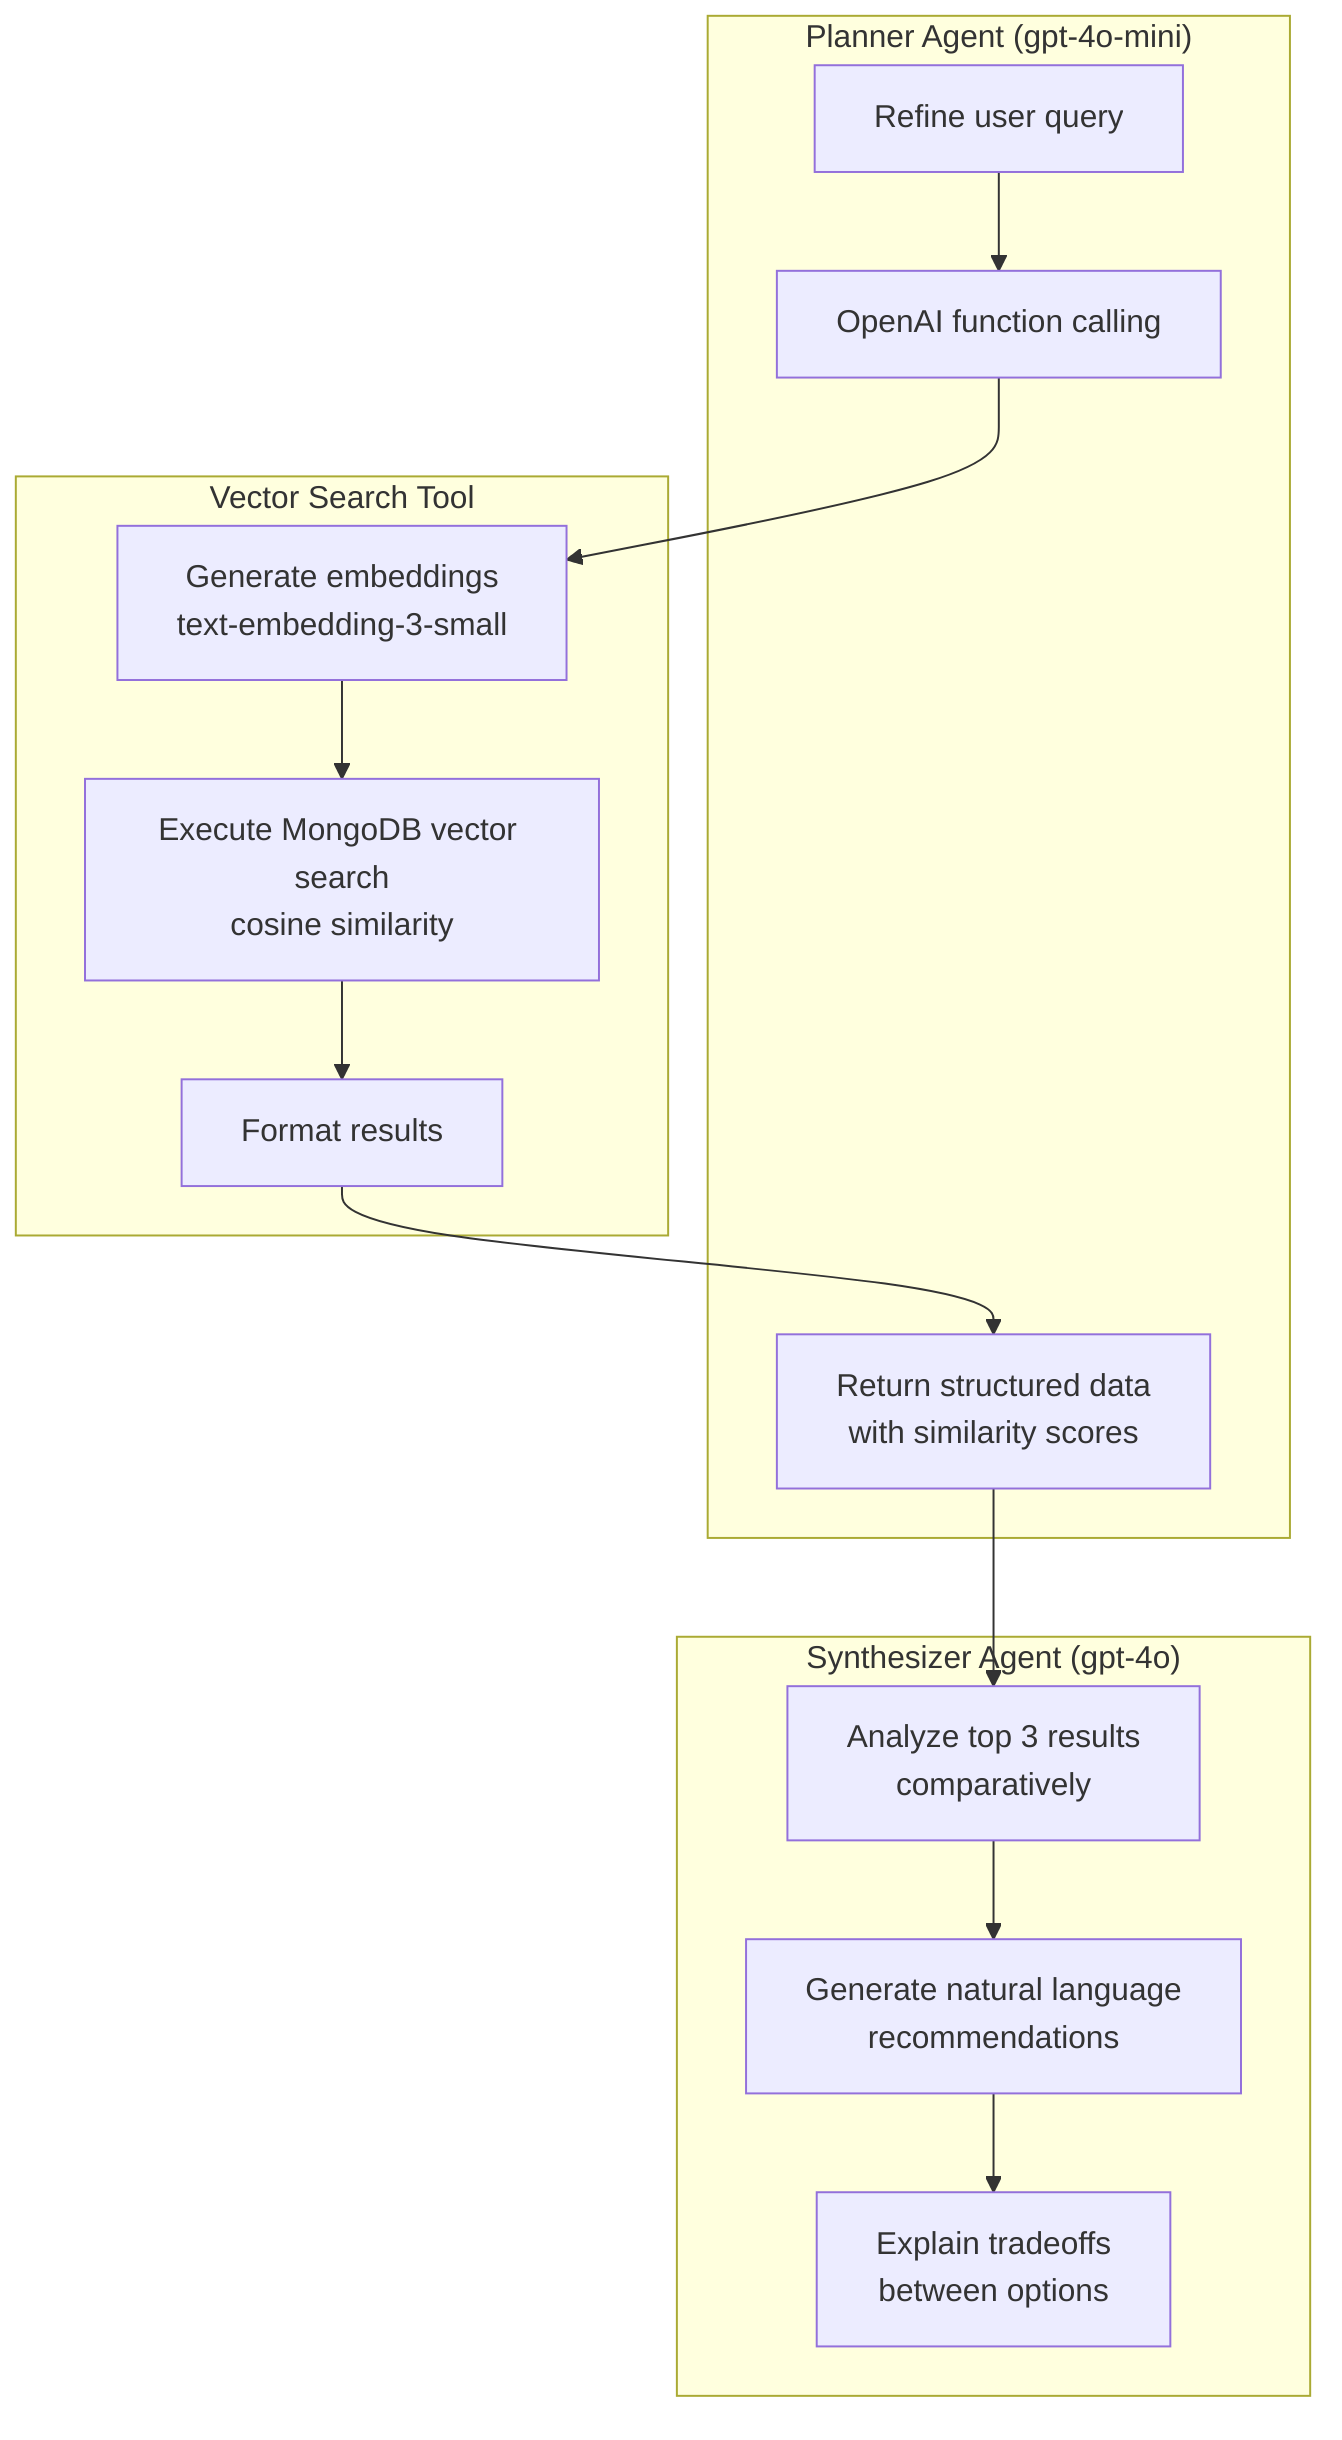
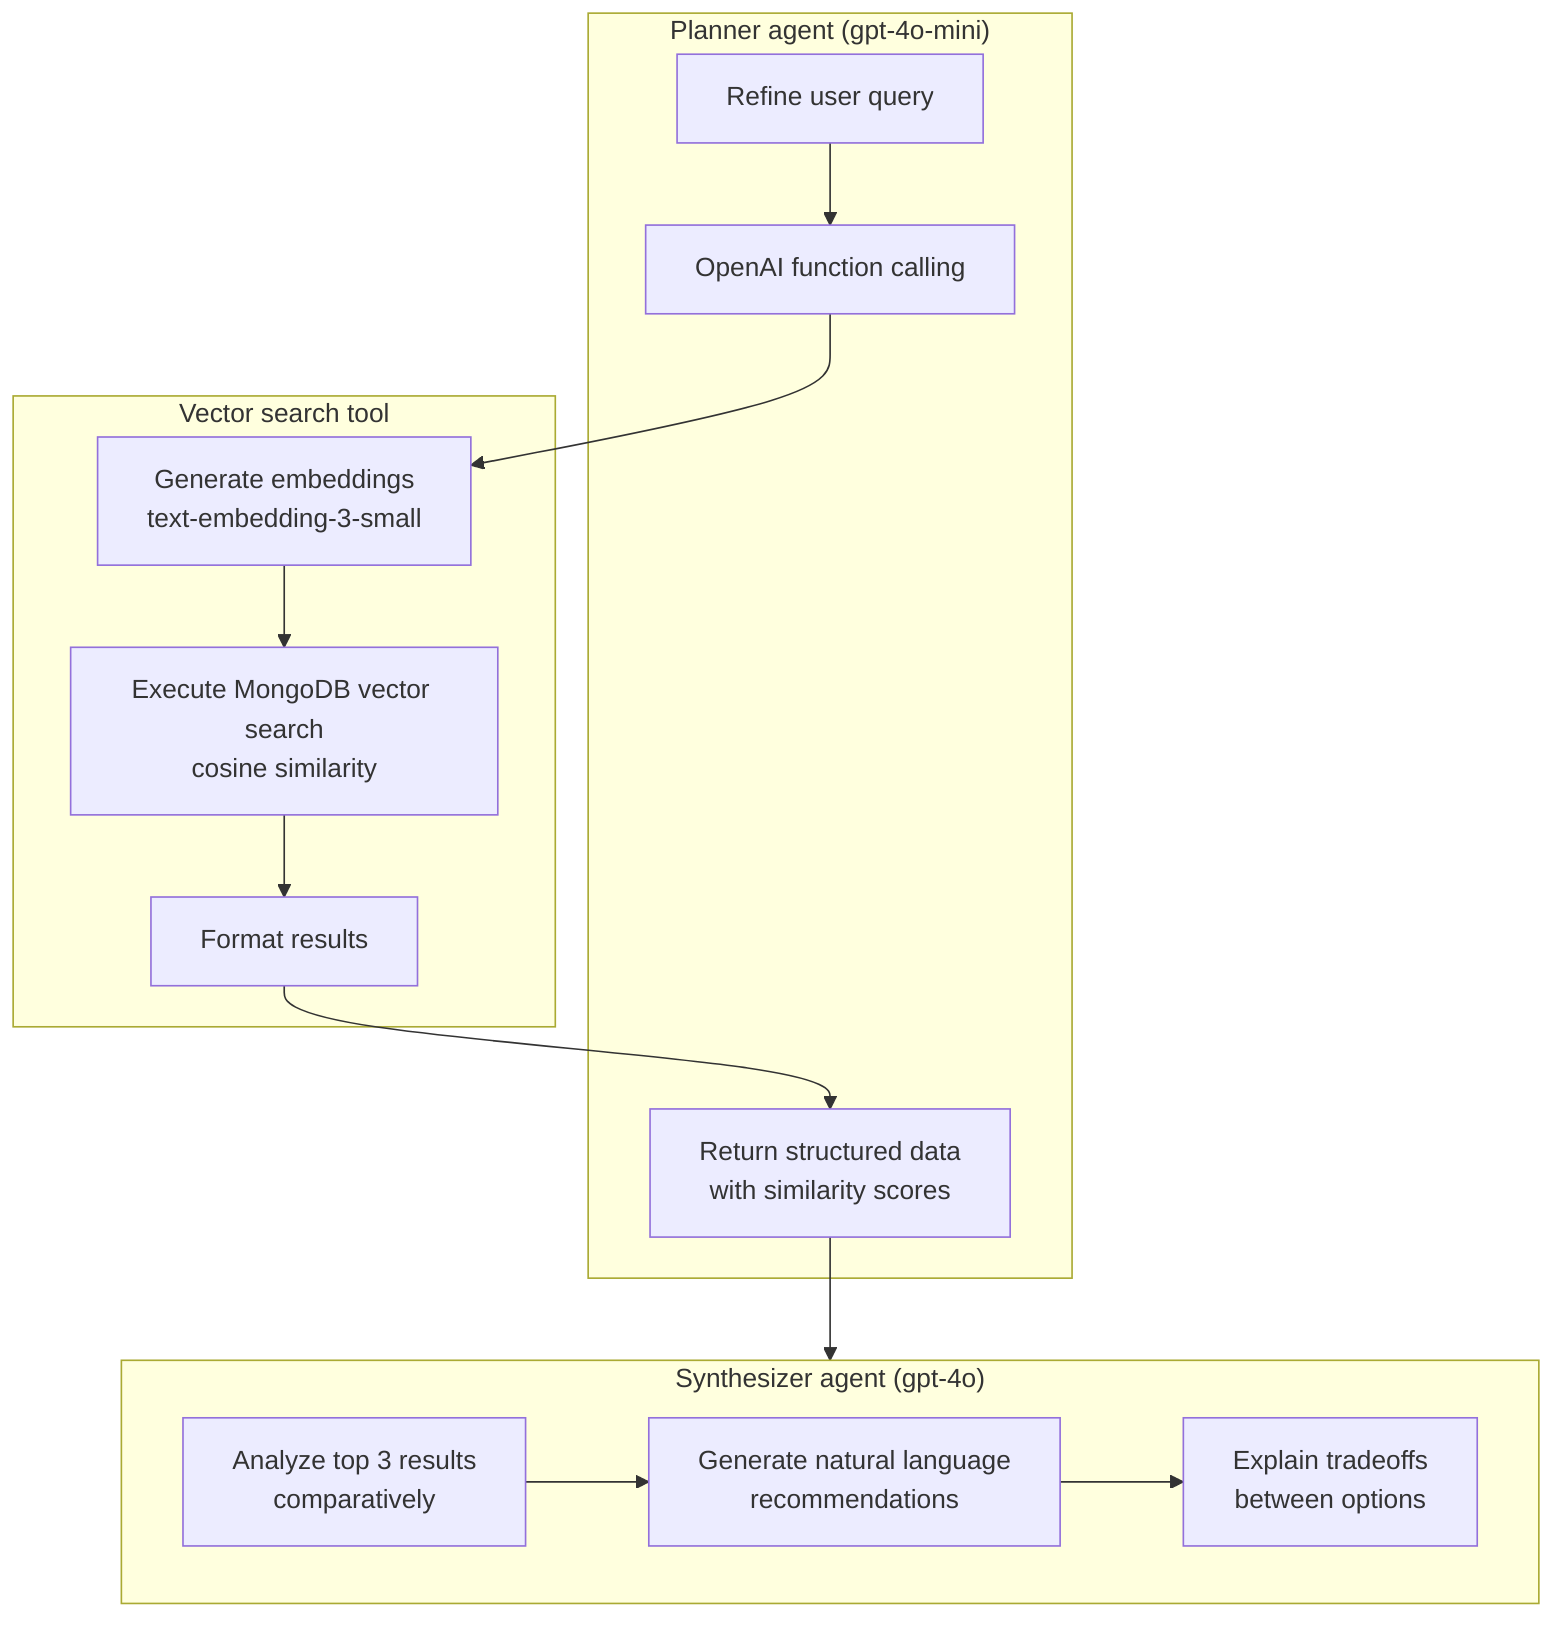
%% STEPS TO GENERATE IMAGE
%% =======================
%% 1. Install mermaid CLI v10.9.1 (see https://github.com/mermaid-js/mermaid-cli/blob/master/README.md):
%%    npm i -g @mermaid-js/mermaid-cli@10.9.1
%% 2. Run command: mmdc -i agent-architecture-go.mmd -o ./agent-architecture-go.svg

flowchart TB
-     subgraph Planner["Planner Agent (gpt-4o-mini)"]
+     subgraph Planner["Planner agent (gpt-4o-mini)"]
        P1[Refine user query]
        P2[OpenAI function calling]
        P3[Return structured data<br/>with similarity scores]
    end

-     subgraph Tool["Vector Search Tool"]
+     subgraph Tool["Vector search tool"]
        T1[Generate embeddings<br/>text-embedding-3-small]
        T2[Execute MongoDB vector search<br/>cosine similarity]
        T3[Format results]
    end

-     subgraph Synthesizer["Synthesizer Agent (gpt-4o)"]
+     subgraph Synthesizer["Synthesizer agent (gpt-4o)"]
        S1[Analyze top 3 results<br/>comparatively]
        S2[Generate natural language<br/>recommendations]
        S3[Explain tradeoffs<br/>between options]
    end

-     P1 --> P2 --> T1 --> T2 --> T3 --> P3 --> S1 --> S2 --> S3
+     P1 --> P2 --> T1 --> T2 --> T3 --> P3 --> Synthesizer
+     S1 --> S2 --> S3
